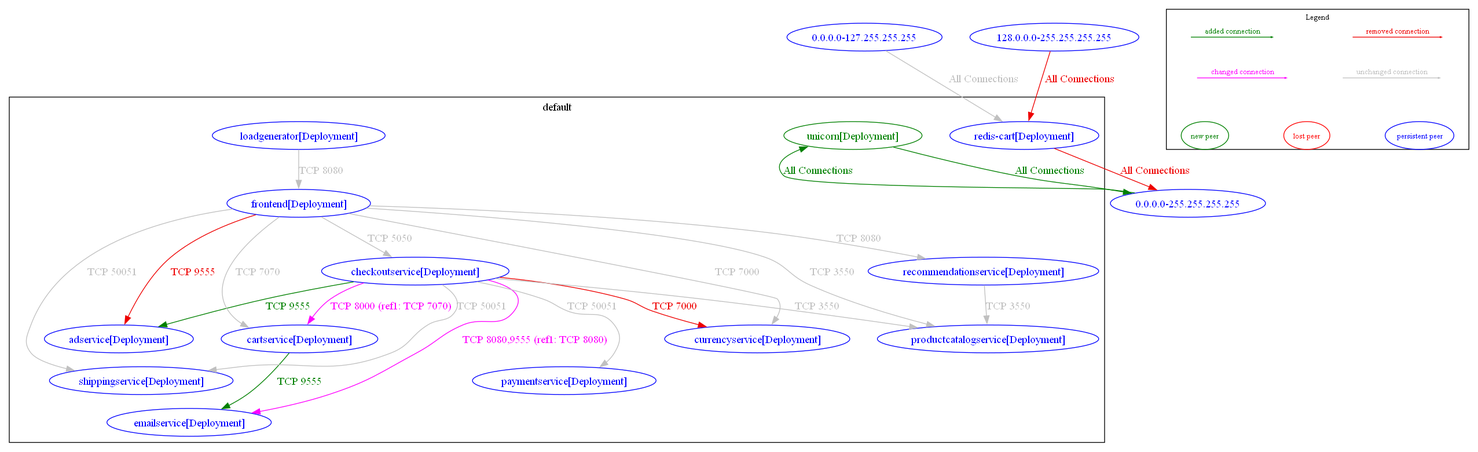
Before: test_outputs/diff/diff_between_onlineboutique_workloads_changed_netpols_and_workloads_and_onlineboutique_workloads.dot.png, a diagram exported from Graphviz (np-guard/netpol-analyzer). Its source is kept beside it as test_outputs/diff/diff_between_onlineboutique_workloads_changed_netpols_and_workloads_and_onlineboutique_workloads.dot.
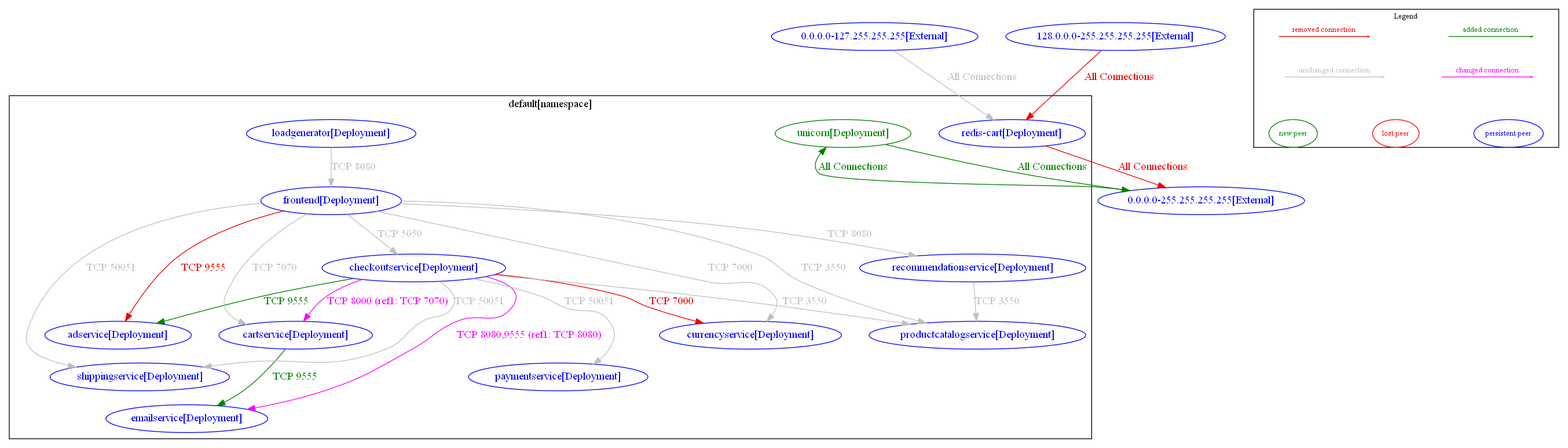
Above is the later version.

Change to the diagram source:
```diff
@@ -1,5 +1,5 @@
 digraph {
-	subgraph "cluster_default" {
+	subgraph "cluster_default[namespace]" {
 		color="black"
 		fontcolor="black"
 		"default/adservice[Deployment]" [label="adservice[Deployment]" color="blue" fontcolor="blue"]
@@ -15,14 +15,14 @@
 		"default/redis-cart[Deployment]" [label="redis-cart[Deployment]" color="blue" fontcolor="blue"]
 		"default/shippingservice[Deployment]" [label="shippingservice[Deployment]" color="blue" fontcolor="blue"]
 		"default/unicorn[Deployment]" [label="unicorn[Deployment]" color="#008000" fontcolor="#008000"]
-		label="default"
+		label="default[namespace]"
 	}
-	"0.0.0.0-127.255.255.255" [label="0.0.0.0-127.255.255.255" color="blue" fontcolor="blue"]
-	"0.0.0.0-255.255.255.255" [label="0.0.0.0-255.255.255.255" color="blue" fontcolor="blue"]
-	"128.0.0.0-255.255.255.255" [label="128.0.0.0-255.255.255.255" color="blue" fontcolor="blue"]
-	"0.0.0.0-127.255.255.255" -> "default/redis-cart[Deployment]" [label="All Connections" color="grey" fontcolor="grey" weight=0.5]
-	"0.0.0.0-255.255.255.255" -> "default/unicorn[Deployment]" [label="All Connections" color="#008000" fontcolor="#008000" weight=0.5]
-	"128.0.0.0-255.255.255.255" -> "default/redis-cart[Deployment]" [label="All Connections" color="red2" fontcolor="red2" weight=0.5]
+	"0.0.0.0-127.255.255.255[External]" [label="0.0.0.0-127.255.255.255[External]" color="blue" fontcolor="blue"]
+	"0.0.0.0-255.255.255.255[External]" [label="0.0.0.0-255.255.255.255[External]" color="blue" fontcolor="blue"]
+	"128.0.0.0-255.255.255.255[External]" [label="128.0.0.0-255.255.255.255[External]" color="blue" fontcolor="blue"]
+	"0.0.0.0-127.255.255.255[External]" -> "default/redis-cart[Deployment]" [label="All Connections" color="grey" fontcolor="grey" weight=0.5]
+	"0.0.0.0-255.255.255.255[External]" -> "default/unicorn[Deployment]" [label="All Connections" color="#008000" fontcolor="#008000" weight=0.5]
+	"128.0.0.0-255.255.255.255[External]" -> "default/redis-cart[Deployment]" [label="All Connections" color="red2" fontcolor="red2" weight=0.5]
 	"default/cartservice[Deployment]" -> "default/emailservice[Deployment]" [label="TCP 9555" color="#008000" fontcolor="#008000" weight=0.5]
 	"default/checkoutservice[Deployment]" -> "default/adservice[Deployment]" [label="TCP 9555" color="#008000" fontcolor="#008000" weight=1]
 	"default/checkoutservice[Deployment]" -> "default/cartservice[Deployment]" [label="TCP 8000 (ref1: TCP 7070)" color="magenta" fontcolor="magenta" weight=1]
@@ -40,8 +40,8 @@
 	"default/frontend[Deployment]" -> "default/shippingservice[Deployment]" [label="TCP 50051" color="grey" fontcolor="grey" weight=0.5]
 	"default/loadgenerator[Deployment]" -> "default/frontend[Deployment]" [label="TCP 8080" color="grey" fontcolor="grey" weight=1]
 	"default/recommendationservice[Deployment]" -> "default/productcatalogservice[Deployment]" [label="TCP 3550" color="grey" fontcolor="grey" weight=1]
-	"default/redis-cart[Deployment]" -> "0.0.0.0-255.255.255.255" [label="All Connections" color="red2" fontcolor="red2" weight=1]
-	"default/unicorn[Deployment]" -> "0.0.0.0-255.255.255.255" [label="All Connections" color="#008000" fontcolor="#008000" weight=1]
+	"default/redis-cart[Deployment]" -> "0.0.0.0-255.255.255.255[External]" [label="All Connections" color="red2" fontcolor="red2" weight=1]
+	"default/unicorn[Deployment]" -> "0.0.0.0-255.255.255.255[External]" [label="All Connections" color="#008000" fontcolor="#008000" weight=1]
 	nodesep=0.5
 	subgraph cluster_legend {
 		label="Legend"
```
